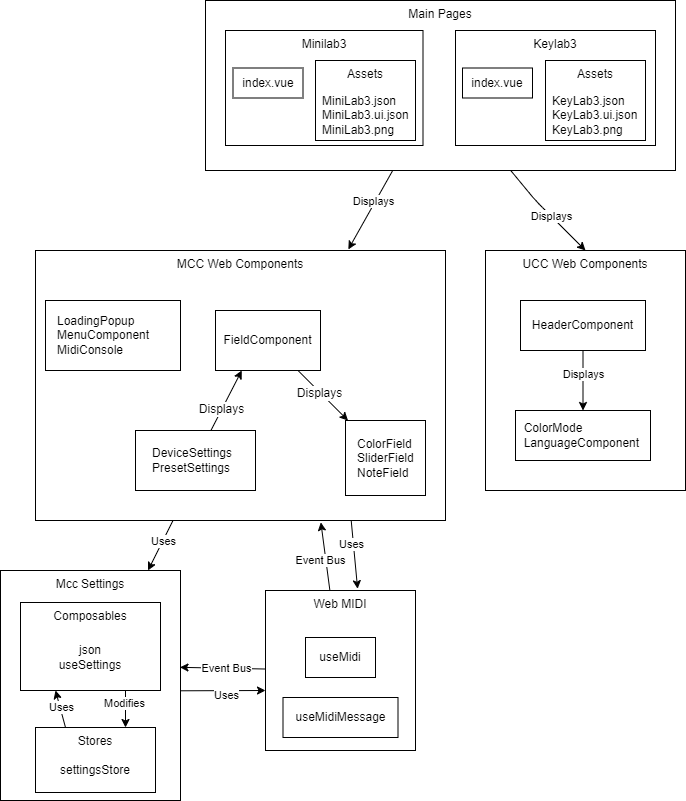
Before: graphics/mcc.png, a diagram exported from draw.io (ThomasColin1/rapport_pfe). Source tidied: cells renumbered, new cells last; positions are measured from the earlier drawing's top-left corner, leaving out a move shared by most shapes.
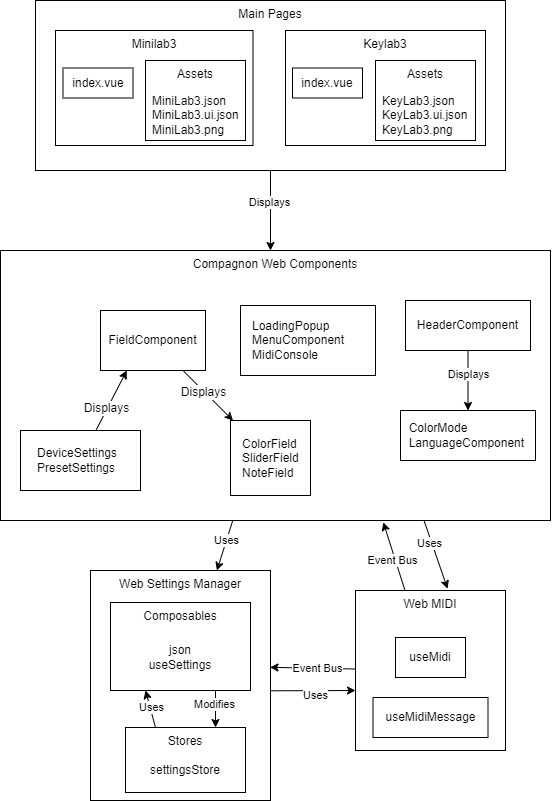
After the change.

What changed in the source:
```diff
@@ -2,24 +2,16 @@
   <root>
     <mxCell id="0" />
     <mxCell id="1" parent="0" />
-    <mxCell id="2" style="edgeStyle=none;html=1;entryX=0.763;entryY=-0.004;entryDx=0;entryDy=0;endArrow=classic;endFill=1;entryPerimeter=0;" parent="1" edge="1" source="6" target="17">
-      <mxGeometry relative="1" as="geometry" />
+    <mxCell id="2" style="edgeStyle=none;html=1;endArrow=classic;endFill=1;" parent="1" edge="1" source="6">
+      <mxGeometry relative="1" as="geometry">
+        <mxPoint x="385" y="250" as="targetPoint" />
+      </mxGeometry>
     </mxCell>
     <mxCell id="3" value="Displays" style="edgeLabel;html=1;align=center;verticalAlign=middle;" parent="2" vertex="1">
       <mxGeometry x="-0.19" y="-2" relative="1" as="geometry" />
     </mxCell>
-    <mxCell id="4" style="edgeStyle=none;html=1;entryX=0.5;entryY=0;entryDx=0;entryDy=0;endArrow=classic;endFill=1;" parent="1" edge="1" source="6" target="43">
-      <mxGeometry relative="1" as="geometry">
-        <Array as="points">
-          <mxPoint x="535" y="200" />
-        </Array>
-      </mxGeometry>
-    </mxCell>
-    <mxCell id="5" value="Displays" style="edgeLabel;html=1;align=center;verticalAlign=middle;" parent="4" vertex="1">
-      <mxGeometry x="0.11" relative="1" as="geometry" />
-    </mxCell>
     <mxCell id="6" value="Main Pages" style="whiteSpace=wrap;html=1;verticalAlign=top;" parent="1" vertex="1">
-      <mxGeometry x="205" width="470" height="170" as="geometry" />
+      <mxGeometry x="150" width="470" height="170" as="geometry" />
     </mxCell>
     <mxCell id="7" style="edgeStyle=none;html=1;entryX=0.997;entryY=0.421;entryDx=0;entryDy=0;entryPerimeter=0;" parent="1" edge="1" source="11" target="14">
       <mxGeometry relative="1" as="geometry" />
@@ -38,11 +30,11 @@
       </mxGeometry>
     </mxCell>
     <mxCell id="11" value="Web MIDI" style="whiteSpace=wrap;html=1;verticalAlign=top;" parent="1" vertex="1">
-      <mxGeometry x="265" y="590" width="150" height="160" as="geometry" />
+      <mxGeometry x="470" y="590" width="150" height="160" as="geometry" />
     </mxCell>
     <mxCell id="12" style="edgeStyle=none;html=1;exitX=0.999;exitY=0.523;exitDx=0;exitDy=0;exitPerimeter=0;" parent="1" edge="1" source="14">
       <mxGeometry relative="1" as="geometry">
-        <mxPoint x="265" y="690" as="targetPoint" />
+        <mxPoint x="470" y="690" as="targetPoint" />
       </mxGeometry>
     </mxCell>
     <mxCell id="13" value="Uses" style="edgeLabel;html=1;align=center;verticalAlign=middle;" parent="12" vertex="1">
@@ -50,8 +42,8 @@
         <mxPoint x="18" y="3" as="offset" />
       </mxGeometry>
     </mxCell>
-    <mxCell id="14" value="Mcc Settings" style="whiteSpace=wrap;html=1;verticalAlign=top;" parent="1" vertex="1">
-      <mxGeometry y="570" width="180" height="230" as="geometry" />
+    <mxCell id="14" value="Web Settings Manager" style="whiteSpace=wrap;html=1;verticalAlign=top;" parent="1" vertex="1">
+      <mxGeometry x="205" y="570" width="180" height="230" as="geometry" />
     </mxCell>
     <mxCell id="15" style="edgeStyle=none;html=1;" parent="1" edge="1" source="17" target="14">
       <mxGeometry relative="1" as="geometry" />
@@ -61,8 +53,8 @@
         <mxPoint x="-6" y="3" as="offset" />
       </mxGeometry>
     </mxCell>
-    <mxCell id="17" value="MCC Web Components&lt;br&gt;" style="whiteSpace=wrap;html=1;verticalAlign=top;" parent="1" vertex="1">
-      <mxGeometry x="35" y="250" width="410" height="270" as="geometry" />
+    <mxCell id="17" value="Compagnon Web Components" style="whiteSpace=wrap;html=1;verticalAlign=top;" parent="1" vertex="1">
+      <mxGeometry x="115" y="250" width="550" height="270" as="geometry" />
     </mxCell>
     <mxCell id="18" style="edgeStyle=none;html=1;entryX=0.75;entryY=0;entryDx=0;entryDy=0;exitX=0.75;exitY=1;exitDx=0;exitDy=0;" parent="1" edge="1" source="20" target="23">
       <mxGeometry relative="1" as="geometry" />
@@ -71,7 +63,7 @@
       <mxGeometry x="-0.33" y="-2" relative="1" as="geometry" />
     </mxCell>
     <mxCell id="20" value="Composables" style="whiteSpace=wrap;html=1;verticalAlign=top;" parent="1" vertex="1">
-      <mxGeometry x="20" y="602" width="140" height="88" as="geometry" />
+      <mxGeometry x="225" y="602" width="140" height="88" as="geometry" />
     </mxCell>
     <mxCell id="21" style="edgeStyle=none;html=1;entryX=0.25;entryY=1;entryDx=0;entryDy=0;exitX=0.25;exitY=0;exitDx=0;exitDy=0;" parent="1" edge="1" source="23" target="20">
       <mxGeometry relative="1" as="geometry" />
@@ -80,16 +72,16 @@
       <mxGeometry x="0.1" y="-1" relative="1" as="geometry" />
     </mxCell>
     <mxCell id="23" value="Stores&lt;br&gt;" style="whiteSpace=wrap;html=1;verticalAlign=top;" parent="1" vertex="1">
-      <mxGeometry x="35" y="727" width="120" height="65" as="geometry" />
+      <mxGeometry x="240" y="727" width="120" height="65" as="geometry" />
     </mxCell>
     <mxCell id="24" value="Minilab3" style="whiteSpace=wrap;html=1;verticalAlign=top;" parent="1" vertex="1">
-      <mxGeometry x="225" y="30" width="197.5" height="115" as="geometry" />
+      <mxGeometry x="170" y="30" width="197.5" height="115" as="geometry" />
     </mxCell>
     <mxCell id="25" value="index.vue" style="text;strokeColor=default;align=center;fillColor=none;html=1;verticalAlign=middle;whiteSpace=wrap;rounded=0;" parent="1" vertex="1">
-      <mxGeometry x="232.5" y="67.5" width="70" height="30" as="geometry" />
+      <mxGeometry x="177.5" y="67.5" width="70" height="30" as="geometry" />
     </mxCell>
     <mxCell id="26" value="settingsStore" style="text;strokeColor=none;align=center;fillColor=none;html=1;verticalAlign=middle;whiteSpace=wrap;rounded=0;" parent="1" vertex="1">
-      <mxGeometry x="45" y="747" width="100" height="45" as="geometry" />
+      <mxGeometry x="250" y="747" width="100" height="45" as="geometry" />
     </mxCell>
     <mxCell id="27" style="whiteSpace=wrap;html=1;strokeWidth=1;fontSize=12;verticalAlign=top;" parent="1" vertex="1">
       <mxGeometry x="345" y="420" width="80" height="75" as="geometry" />
@@ -119,19 +111,19 @@
       <mxGeometry x="150" y="445" width="90" height="30" as="geometry" />
     </mxCell>
     <mxCell id="36" style="whiteSpace=wrap;html=1;strokeWidth=1;fontSize=12;" parent="1" vertex="1">
-      <mxGeometry x="45" y="300" width="135" height="70" as="geometry" />
+      <mxGeometry x="355" y="305" width="135" height="70" as="geometry" />
     </mxCell>
     <mxCell id="37" value="LoadingPopup&lt;br style=&quot;font-size: 12px;&quot;&gt;MenuComponent&lt;br style=&quot;font-size: 12px;&quot;&gt;MidiConsole" style="text;strokeColor=none;align=left;fillColor=none;html=1;verticalAlign=top;whiteSpace=wrap;rounded=0;spacingTop=0;fontSize=12;spacing=2;strokeWidth=1;" parent="1" vertex="1">
-      <mxGeometry x="55" y="307.2" width="125" height="50" as="geometry" />
+      <mxGeometry x="365" y="312.2" width="125" height="50" as="geometry" />
     </mxCell>
     <mxCell id="38" value="useMidi" style="whiteSpace=wrap;html=1;strokeWidth=1;fontSize=12;" parent="1" vertex="1">
-      <mxGeometry x="305" y="637" width="70" height="40" as="geometry" />
+      <mxGeometry x="510" y="637" width="70" height="40" as="geometry" />
     </mxCell>
     <mxCell id="39" value="useMidiMessage" style="whiteSpace=wrap;html=1;strokeWidth=1;fontSize=12;" parent="1" vertex="1">
-      <mxGeometry x="282.5" y="697" width="115" height="40" as="geometry" />
+      <mxGeometry x="487.5" y="697" width="115" height="40" as="geometry" />
     </mxCell>
     <mxCell id="40" value="json&lt;br&gt;useSettings" style="whiteSpace=wrap;html=1;strokeWidth=1;fontSize=12;strokeColor=none;" parent="1" vertex="1">
-      <mxGeometry x="35" y="637" width="110" height="40" as="geometry" />
+      <mxGeometry x="240" y="637" width="110" height="40" as="geometry" />
     </mxCell>
     <mxCell id="41" style="edgeStyle=none;html=1;entryX=0.614;entryY=-0.011;entryDx=0;entryDy=0;entryPerimeter=0;exitX=0.77;exitY=1;exitDx=0;exitDy=0;exitPerimeter=0;" parent="1" edge="1" source="17" target="11">
       <mxGeometry relative="1" as="geometry" />
@@ -141,9 +133,6 @@
         <mxPoint x="-6" y="3" as="offset" />
       </mxGeometry>
     </mxCell>
-    <mxCell id="43" value="UCC Web Components" style="whiteSpace=wrap;html=1;verticalAlign=top;" parent="1" vertex="1">
-      <mxGeometry x="485" y="250" width="200" height="240" as="geometry" />
-    </mxCell>
     <mxCell id="44" style="edgeStyle=none;html=1;endArrow=classic;endFill=1;" parent="1" edge="1" source="46" target="53">
       <mxGeometry relative="1" as="geometry" />
     </mxCell>
@@ -154,22 +143,22 @@
       <mxGeometry x="520" y="300" width="125" height="50" as="geometry" />
     </mxCell>
     <mxCell id="47" value="Keylab3" style="whiteSpace=wrap;html=1;verticalAlign=top;" parent="1" vertex="1">
-      <mxGeometry x="455" y="30" width="200" height="115" as="geometry" />
+      <mxGeometry x="400" y="30" width="200" height="115" as="geometry" />
     </mxCell>
     <mxCell id="48" value="Assets" style="text;strokeColor=default;align=center;fillColor=none;html=1;verticalAlign=top;whiteSpace=wrap;rounded=0;" parent="1" vertex="1">
-      <mxGeometry x="315" y="60" width="100" height="80" as="geometry" />
+      <mxGeometry x="260" y="60" width="100" height="80" as="geometry" />
     </mxCell>
     <mxCell id="49" value="MiniLab3.json&lt;br&gt;MiniLab3.ui.json&lt;br&gt;MiniLab3.png" style="text;html=1;align=left;verticalAlign=middle;strokeColor=none;fillColor=none;" parent="1" vertex="1">
-      <mxGeometry x="320" y="85" width="110" height="60" as="geometry" />
+      <mxGeometry x="265" y="85" width="110" height="60" as="geometry" />
     </mxCell>
     <mxCell id="50" value="index.vue" style="text;strokeColor=default;align=center;fillColor=none;html=1;verticalAlign=middle;whiteSpace=wrap;rounded=0;" parent="1" vertex="1">
-      <mxGeometry x="462" y="67.5" width="70" height="30" as="geometry" />
+      <mxGeometry x="407" y="67.5" width="70" height="30" as="geometry" />
     </mxCell>
     <mxCell id="51" value="Assets" style="text;strokeColor=default;align=center;fillColor=none;html=1;verticalAlign=top;whiteSpace=wrap;rounded=0;" parent="1" vertex="1">
-      <mxGeometry x="545" y="60" width="100" height="80" as="geometry" />
+      <mxGeometry x="490" y="60" width="100" height="80" as="geometry" />
     </mxCell>
     <mxCell id="52" value="KeyLab3.json&lt;br&gt;KeyLab3.ui.json&lt;br&gt;KeyLab3.png" style="text;html=1;align=left;verticalAlign=middle;strokeColor=none;fillColor=none;" parent="1" vertex="1">
-      <mxGeometry x="550" y="85" width="110" height="60" as="geometry" />
+      <mxGeometry x="495" y="85" width="110" height="60" as="geometry" />
     </mxCell>
     <mxCell id="53" value="&amp;nbsp; ColorMode&lt;br&gt;&amp;nbsp; LanguageComponent" style="whiteSpace=wrap;html=1;strokeWidth=1;fontSize=12;align=left;" parent="1" vertex="1">
       <mxGeometry x="515" y="410" width="135" height="50" as="geometry" />
```
